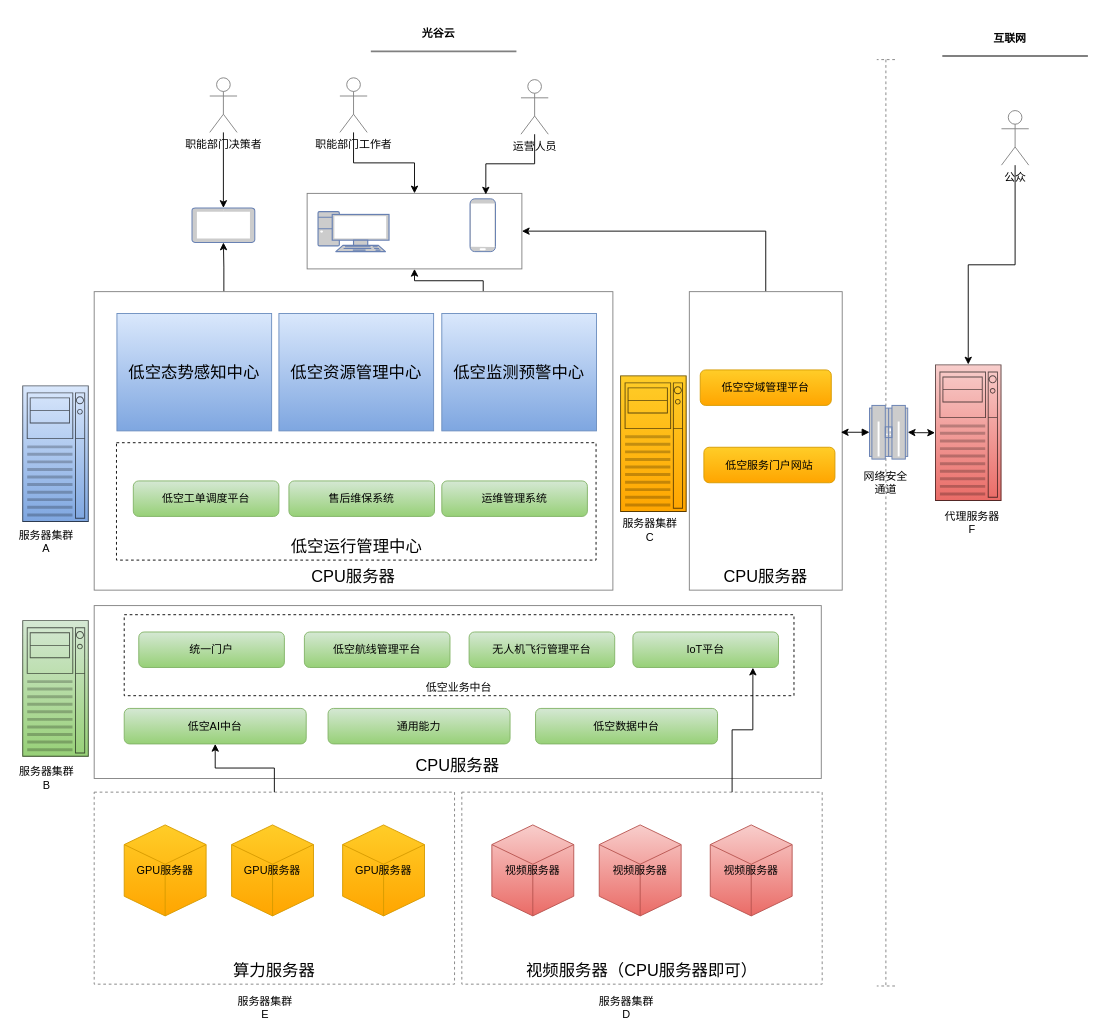
The draw.io diagram page "部署架构图" (5 of 12) of donggao-20230703.drawio in yangchenyu/micro-service, before the edit. Source tidied: cells renumbered, new cells numbered last; positions are measured from the earlier drawing's top-left corner, leaving out a move shared by most shapes. Both pictures are drawn from the tidied source at 91%, with x=0, y=0 at pixel (15, 15).
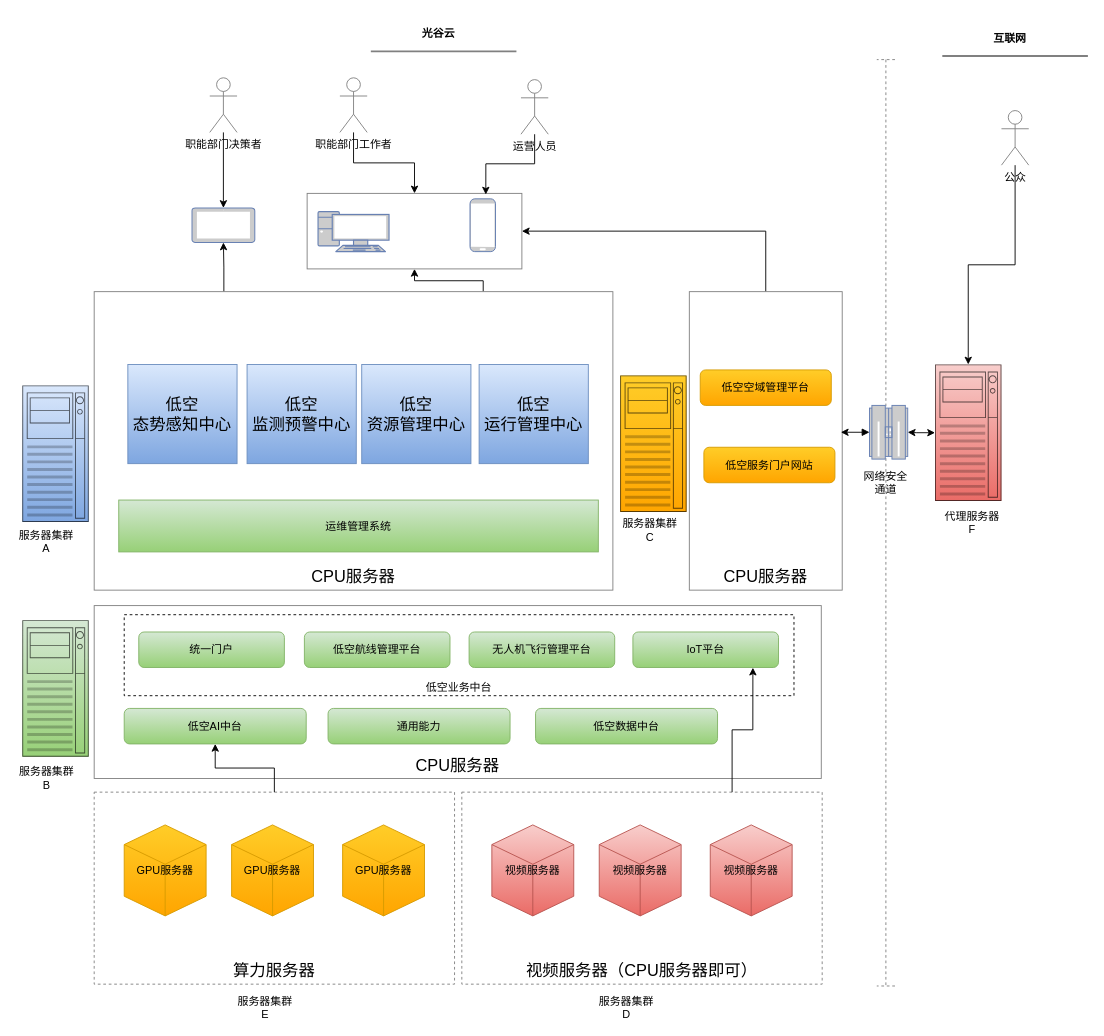
The same diagram, later.

The edit, as a diff of the source:
```diff
@@
-    <mxCell id="34" value="低空态势感知中心" style="rounded=0;whiteSpace=wrap;html=1;strokeColor=#6c8ebf;fontFamily=Helvetica;fontSize=18;fillColor=#dae8fc;gradientColor=#7ea6e0;" parent="1" vertex="1">
-      <mxGeometry x="111" y="327" width="170" height="129" as="geometry" />
+    <mxCell id="34" value="低空&lt;br&gt;态势感知中心" style="rounded=0;whiteSpace=wrap;html=1;strokeColor=#6c8ebf;fontFamily=Helvetica;fontSize=18;fillColor=#dae8fc;gradientColor=#7ea6e0;" parent="1" vertex="1">
+      <mxGeometry x="123" y="383" width="120" height="109" as="geometry" />
     </mxCell>
-    <mxCell id="35" value="低空资源管理中心" style="rounded=0;whiteSpace=wrap;html=1;strokeColor=#6c8ebf;fontFamily=Helvetica;fontSize=18;fillColor=#dae8fc;gradientColor=#7ea6e0;" parent="1" vertex="1">
-      <mxGeometry x="289" y="327" width="170" height="129" as="geometry" />
+    <mxCell id="35" value="低空&lt;br&gt;资源管理中心" style="rounded=0;whiteSpace=wrap;html=1;strokeColor=#6c8ebf;fontFamily=Helvetica;fontSize=18;fillColor=#dae8fc;gradientColor=#7ea6e0;" parent="1" vertex="1">
+      <mxGeometry x="380" y="383" width="120" height="109" as="geometry" />
     </mxCell>
-    <mxCell id="36" value="低空监测预警中心" style="rounded=0;whiteSpace=wrap;html=1;strokeColor=#6c8ebf;fontFamily=Helvetica;fontSize=18;fillColor=#dae8fc;gradientColor=#7ea6e0;" parent="1" vertex="1">
-      <mxGeometry x="468" y="327" width="170" height="129" as="geometry" />
+    <mxCell id="36" value="低空&lt;br&gt;监测预警中心" style="rounded=0;whiteSpace=wrap;html=1;strokeColor=#6c8ebf;fontFamily=Helvetica;fontSize=18;fillColor=#dae8fc;gradientColor=#7ea6e0;" parent="1" vertex="1">
+      <mxGeometry x="254" y="383" width="120" height="109" as="geometry" />
     </mxCell>
-    <mxCell id="37" value="低空运行管理中心" style="rounded=0;whiteSpace=wrap;html=1;fontFamily=Helvetica;fontSize=18;dashed=1;verticalAlign=bottom;" parent="1" vertex="1">
-      <mxGeometry x="110.5" y="469" width="527" height="129" as="geometry" />
-    </mxCell>
-    <mxCell id="38" value="低空工单调度平台" style="rounded=1;whiteSpace=wrap;html=1;strokeColor=#82b366;fontFamily=Helvetica;fontSize=12;fillColor=#d5e8d4;gradientColor=#97d077;" parent="1" vertex="1">
-      <mxGeometry x="129" y="511" width="160" height="39" as="geometry" />
-    </mxCell>
-    <mxCell id="39" value="售后维保系统" style="rounded=1;whiteSpace=wrap;html=1;strokeColor=#82b366;fontFamily=Helvetica;fontSize=12;fillColor=#d5e8d4;gradientColor=#97d077;" parent="1" vertex="1">
-      <mxGeometry x="300" y="511" width="160" height="39" as="geometry" />
-    </mxCell>
-    <mxCell id="40" value="运维管理系统" style="rounded=1;whiteSpace=wrap;html=1;strokeColor=#82b366;fontFamily=Helvetica;fontSize=12;fillColor=#d5e8d4;gradientColor=#97d077;" parent="1" vertex="1">
-      <mxGeometry x="468" y="511" width="160" height="39" as="geometry" />
+    <mxCell id="40" value="运维管理系统" style="rounded=0;whiteSpace=wrap;html=1;strokeColor=#82b366;fontFamily=Helvetica;fontSize=12;fillColor=#d5e8d4;gradientColor=#97d077;" parent="1" vertex="1">
+      <mxGeometry x="113" y="532" width="527" height="57" as="geometry" />
     </mxCell>
@@
+    <mxCell id="70" value="低空&lt;br&gt;运行管理中心" style="rounded=0;whiteSpace=wrap;html=1;strokeColor=#6c8ebf;fontFamily=Helvetica;fontSize=18;fillColor=#dae8fc;gradientColor=#7ea6e0;" parent="1" vertex="1">
+      <mxGeometry x="509" y="383" width="120" height="109" as="geometry" />
+    </mxCell>
```
